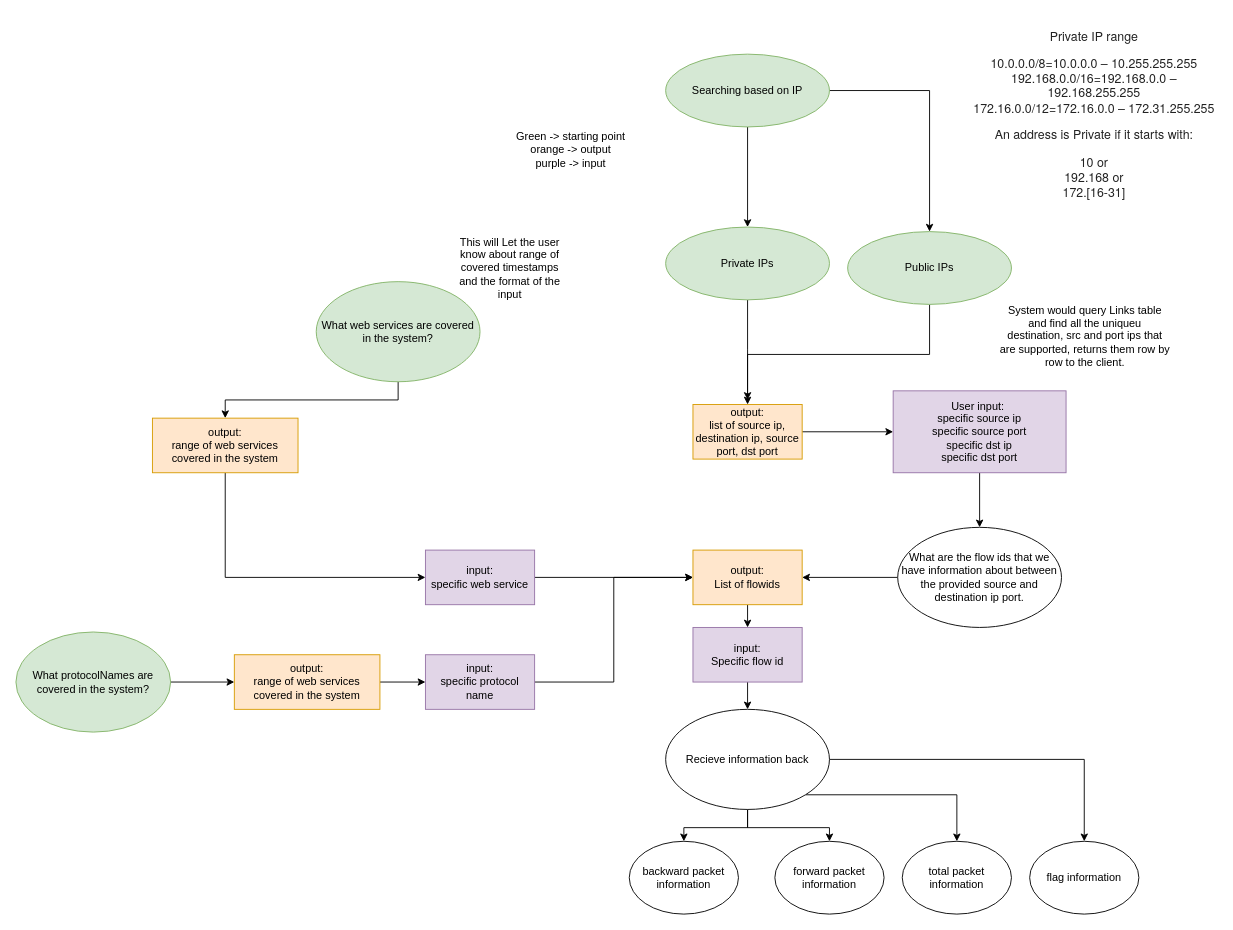
This is ClientRequirement.drawio from Amiralizim/Networking, a draw.io file, before an edit. Source tidied: cells renumbered, new cells numbered last; positions are measured from the earlier drawing's top-left corner, leaving out a move shared by most shapes. Both pictures are drawn from the tidied source at 91%, with x=0, y=0 at pixel (15, 17).
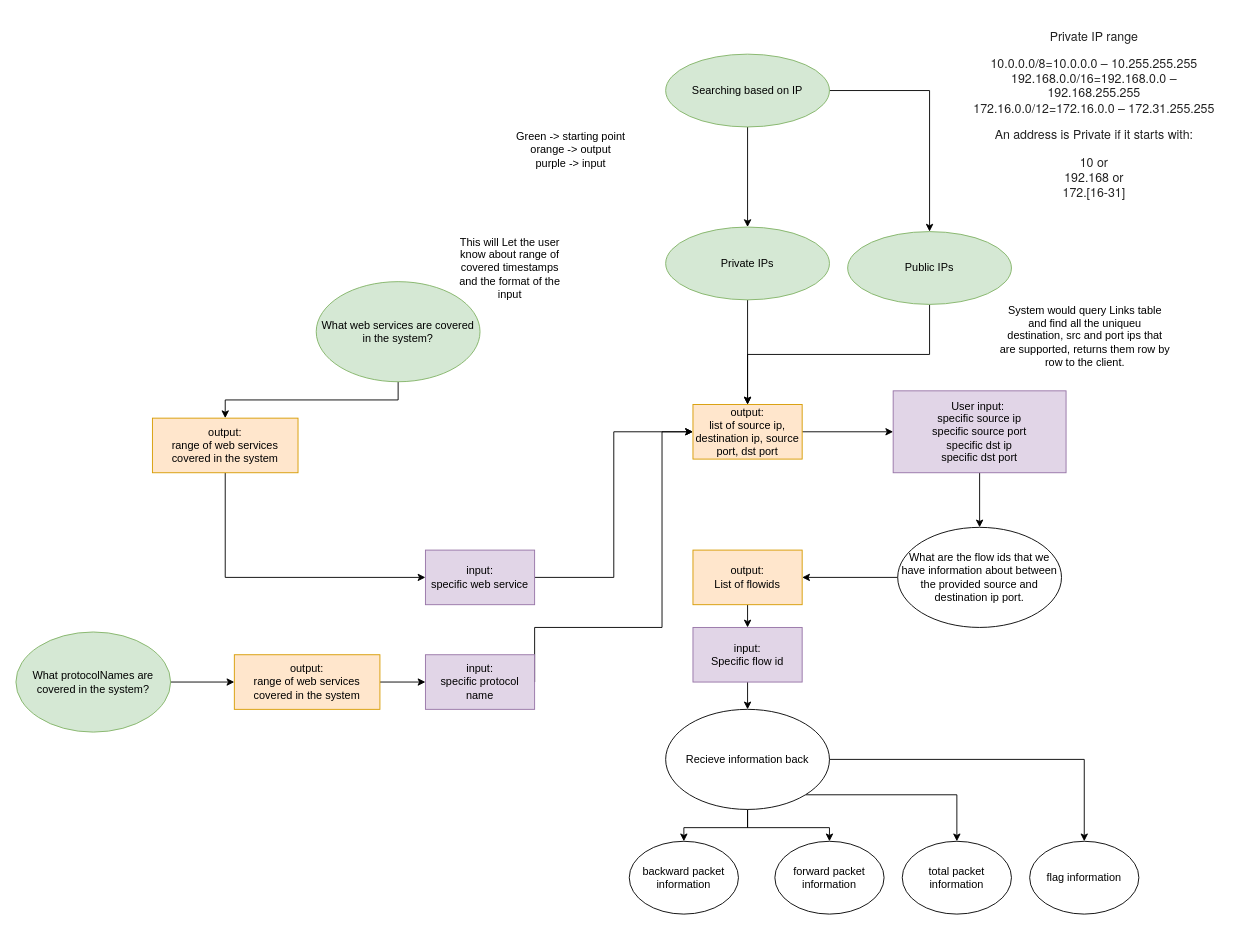
The same diagram, later.

Commit message:
client requirement update

Unchanged cells that the change refers to:
```xml
<mxCell id="15" value="output:&lt;br&gt;list of source ip, destination ip, source port, dst port" style="rounded=0;whiteSpace=wrap;html=1;fillColor=#ffe6cc;strokeColor=#d79b00;" parent="1" vertex="1">
  <mxGeometry x="744" y="425" width="120" height="60" as="geometry" />
</mxCell>
<mxCell id="24" value="output:&lt;br&gt;List of flowids" style="rounded=0;whiteSpace=wrap;html=1;fillColor=#ffe6cc;strokeColor=#d79b00;" parent="1" vertex="1">
  <mxGeometry x="744" y="585" width="120" height="60" as="geometry" />
</mxCell>
<mxCell id="29" value="input:&lt;br&gt;specific web service" style="rounded=0;whiteSpace=wrap;html=1;fillColor=#e1d5e7;strokeColor=#9673a6;" parent="1" vertex="1">
  <mxGeometry x="450" y="585" width="120" height="60" as="geometry" />
</mxCell>
<mxCell id="33" value="input:&lt;br&gt;specific protocol name" style="rounded=0;whiteSpace=wrap;html=1;fillColor=#e1d5e7;strokeColor=#9673a6;" parent="1" vertex="1">
  <mxGeometry x="450" y="700" width="120" height="60" as="geometry" />
</mxCell>
<mxCell id="42" value="Private IPs" style="ellipse;whiteSpace=wrap;html=1;fillColor=#d5e8d4;strokeColor=#82b366;" parent="1" vertex="1">
  <mxGeometry x="714" y="230" width="180" height="80" as="geometry" />
</mxCell>
```

Diff of the diagram source:
```diff
@@
-    <mxCell id="19" style="edgeStyle=orthogonalEdgeStyle;rounded=0;jettySize=auto;html=1;exitX=1;exitY=0.5;exitDx=0;exitDy=0;entryX=0;entryY=0.5;entryDx=0;entryDy=0;" parent="1" edge="1" source="29" target="24">
-      <mxGeometry relative="1" as="geometry" />
-    </mxCell>
@@
+    <mxCell id="44" style="edgeStyle=orthogonalEdgeStyle;rounded=0;jettySize=auto;html=1;exitX=1;exitY=0.5;exitDx=0;exitDy=0;entryX=0;entryY=0.5;entryDx=0;entryDy=0;" parent="1" edge="1" source="29" target="15">
+      <mxGeometry relative="1" as="geometry" />
+    </mxCell>
@@
-    <mxCell id="32" style="edgeStyle=orthogonalEdgeStyle;rounded=0;jettySize=auto;html=1;entryX=0;entryY=0.5;entryDx=0;entryDy=0;" parent="1" edge="1" source="33" target="24">
-      <mxGeometry relative="1" as="geometry" />
-    </mxCell>
+    <mxCell id="45" style="edgeStyle=orthogonalEdgeStyle;rounded=0;jettySize=auto;html=1;exitX=1;exitY=0.5;exitDx=0;exitDy=0;entryX=0;entryY=0.5;entryDx=0;entryDy=0;" parent="1" edge="1" source="33" target="15">
+      <mxGeometry relative="1" as="geometry">
+        <Array as="points">
+          <mxPoint x="570" y="670" />
+          <mxPoint x="710" y="670" />
+          <mxPoint x="710" y="455" />
+        </Array>
+      </mxGeometry>
+    </mxCell>
@@
-    <mxCell id="41" style="edgeStyle=orthogonalEdgeStyle;rounded=0;jettySize=auto;html=1;exitX=0.5;exitY=1;exitDx=0;exitDy=0;" parent="1" edge="1" source="42">
-      <mxGeometry relative="1" as="geometry">
-        <mxPoint x="804" y="420" as="targetPoint" />
-      </mxGeometry>
+    <mxCell id="41" style="edgeStyle=orthogonalEdgeStyle;rounded=0;jettySize=auto;html=1;exitX=0.5;exitY=1;exitDx=0;exitDy=0;entryX=0.5;entryY=0;entryDx=0;entryDy=0;" parent="1" edge="1" source="42" target="15">
+      <mxGeometry relative="1" as="geometry" />
     </mxCell>
```
